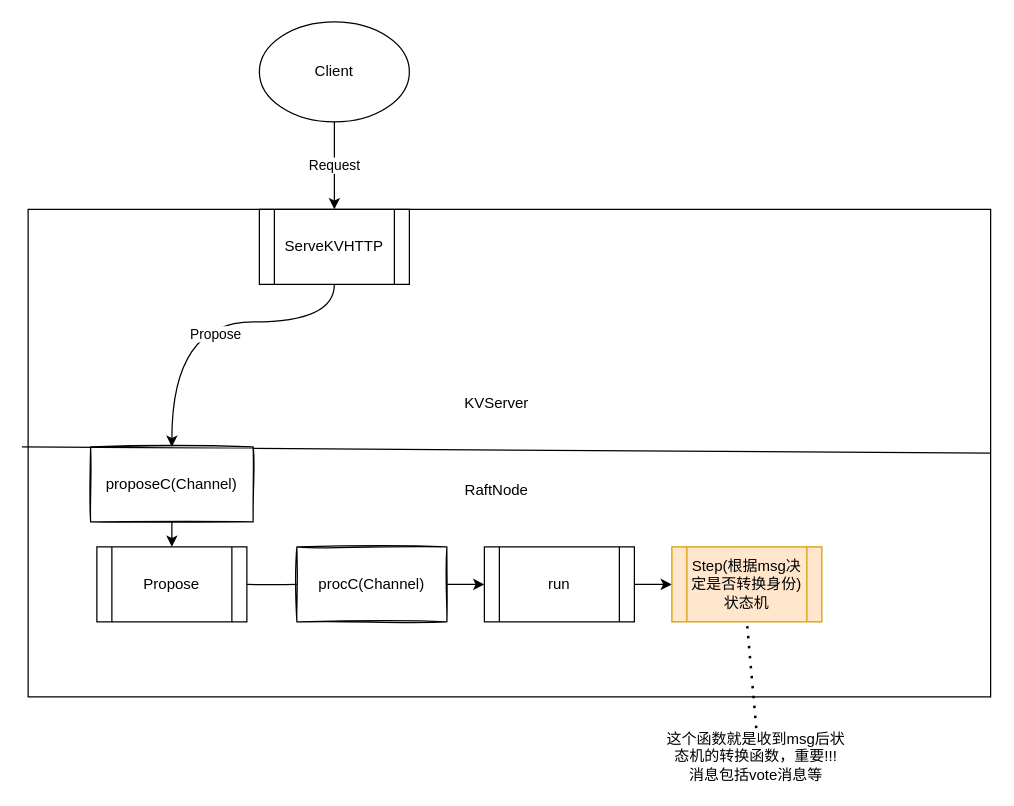
Earlier version of the draw.io diagram etcd_raftNode.drawio (LxkdGithub/draw.io). Source tidied: cells renumbered, new cells numbered last; positions are measured from the earlier drawing's top-left corner, leaving out a move shared by most shapes. Both pictures are drawn from the tidied source at 125%, with x=0, y=0 at pixel (21, 21).
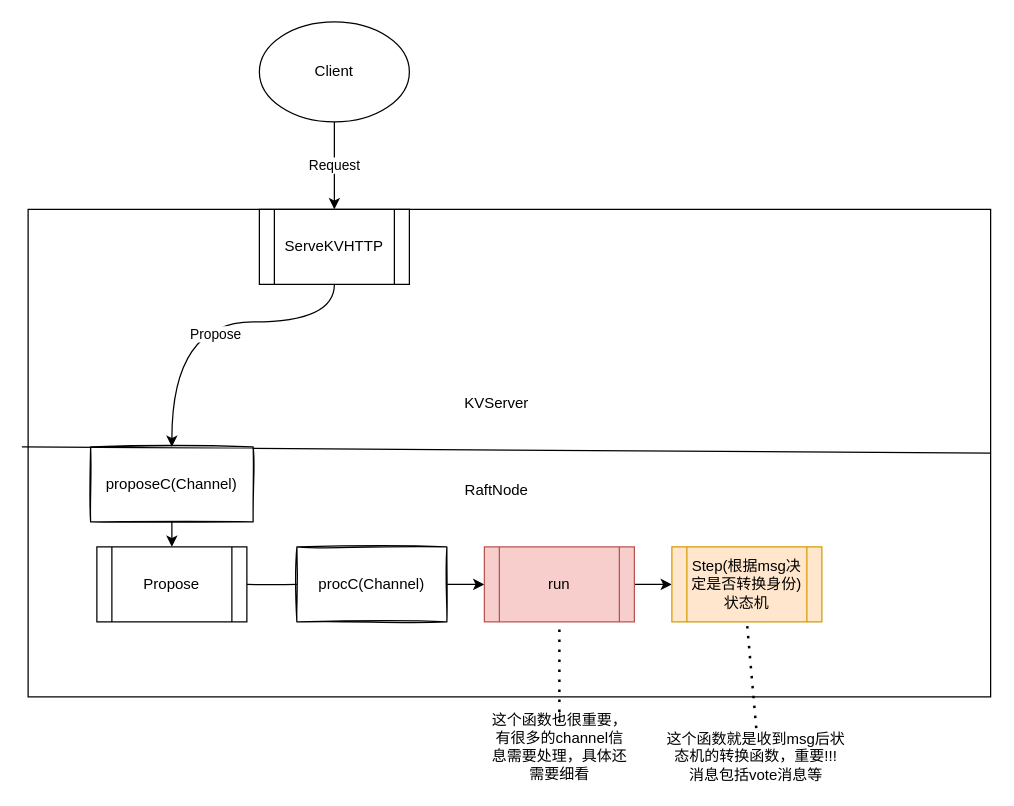
After the change.

The edit, as a diff of the source:
```diff
@@
-    <mxCell id="19" value="run" style="shape=process;whiteSpace=wrap;html=1;backgroundOutline=1;sketch=0;" parent="1" vertex="1">
+    <mxCell id="19" value="run" style="shape=process;whiteSpace=wrap;html=1;backgroundOutline=1;sketch=0;fillColor=#f8cecc;strokeColor=#b85450;" parent="1" vertex="1">
       <mxGeometry x="370" y="420" width="120" height="60" as="geometry" />
     </mxCell>
@@
+    <mxCell id="24" value="这个函数也很重要，有很多的channel信息需要处理，具体还需要细看" style="text;html=1;strokeColor=none;fillColor=none;align=center;verticalAlign=middle;whiteSpace=wrap;rounded=0;sketch=0;" parent="1" vertex="1">
+      <mxGeometry x="372.5" y="560" width="115" height="40" as="geometry" />
+    </mxCell>
+    <mxCell id="25" style="endArrow=none;dashed=1;html=1;dashPattern=1 3;strokeWidth=2;rounded=0;entryX=0.5;entryY=1;entryDx=0;entryDy=0;exitX=0.5;exitY=0;exitDx=0;exitDy=0;" parent="1" edge="1" source="24" target="19">
+      <mxGeometry relative="1" as="geometry" />
+    </mxCell>
```
